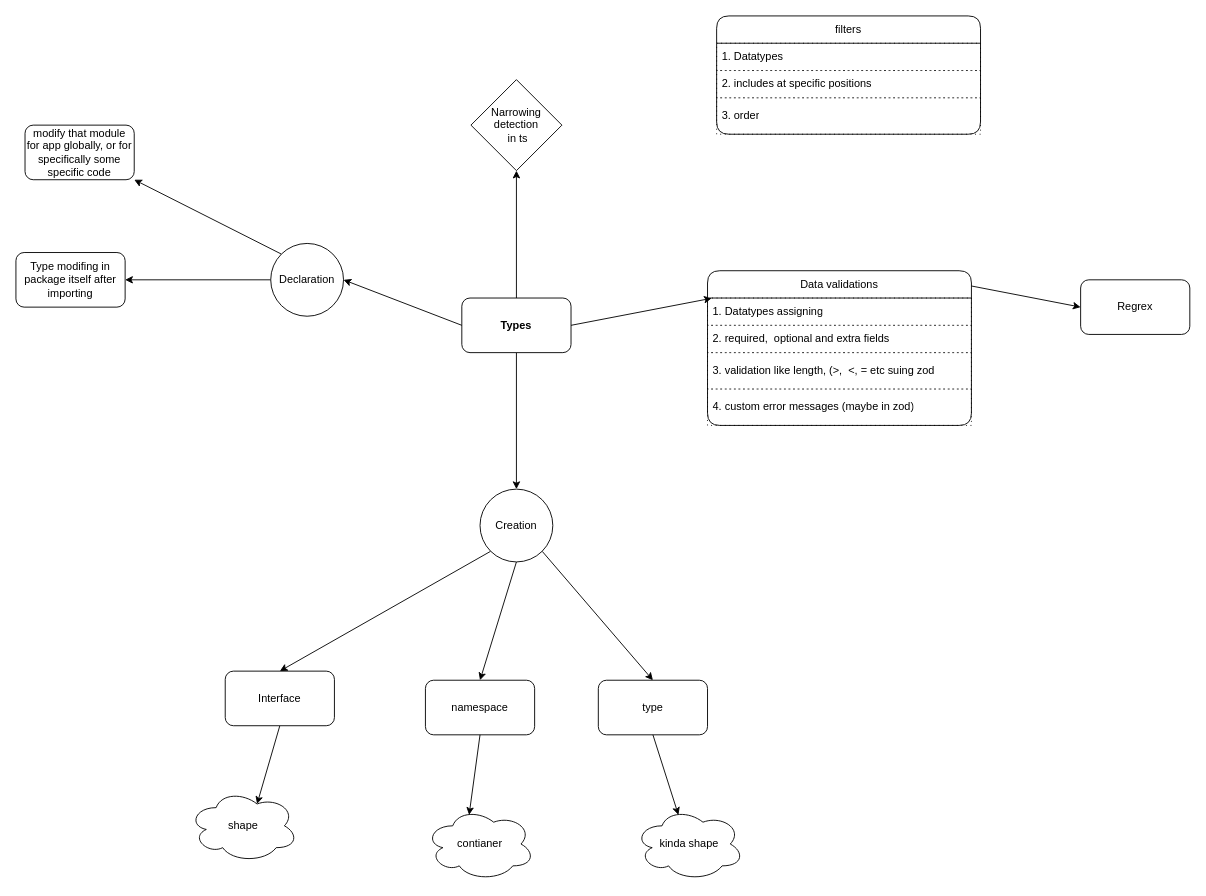
Before: programming-langs/types.dio in knpvt5/Programming-Concepts, a draw.io diagram. Source tidied: cells renumbered, new cells numbered last; positions are measured from the earlier drawing's top-left corner, leaving out a move shared by most shapes. Both pictures are drawn from the tidied source at 91%, with x=0, y=0 at pixel (15, 15).
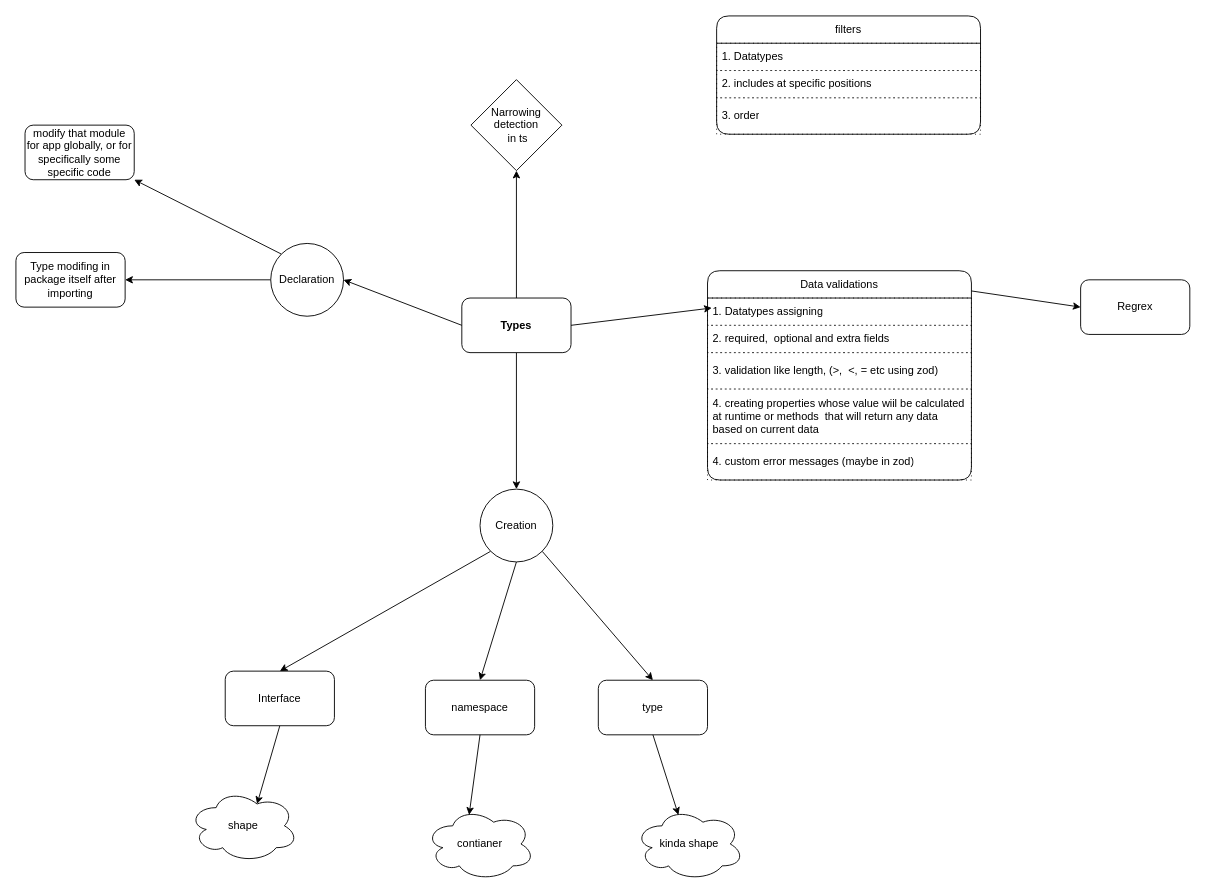
Above is the later version.

Commit message (it also covers changes not shown here):
Add networking terms diagram and related SVG; update types diagram with additional fields and corrections

The edit, as a diff of the source:
```diff
@@
     <mxCell id="27" value="Data validations" style="swimlane;fontStyle=0;horizontal=1;startSize=30;whiteSpace=wrap;html=1;rounded=1;" parent="1" vertex="1">
-      <mxGeometry x="760" y="280" width="290" height="170" as="geometry" />
+      <mxGeometry x="760" y="280" width="290" height="230" as="geometry" />
     </mxCell>
@@
-    <mxCell id="30" value="3. validation like length, (&amp;gt;,&amp;nbsp; &amp;lt;, = etc suing zod" style="text;strokeColor=default;fillColor=none;align=left;verticalAlign=middle;spacingLeft=4;spacingRight=4;overflow=hidden;whiteSpace=wrap;html=1;dashed=1;dashPattern=1 4;" parent="27" vertex="1">
+    <mxCell id="30" value="3. validation like length, (&amp;gt;,&amp;nbsp; &amp;lt;, = etc using zod)" style="text;strokeColor=default;fillColor=none;align=left;verticalAlign=middle;spacingLeft=4;spacingRight=4;overflow=hidden;whiteSpace=wrap;html=1;dashed=1;dashPattern=1 4;" parent="27" vertex="1">
       <mxGeometry y="90" width="290" height="40" as="geometry" />
     </mxCell>
+    <mxCell id="37" value="4. creating properties whose value wiil be calculated at runtime or methods&amp;nbsp; that will return any data based on current data" style="text;strokeColor=default;fillColor=none;align=left;verticalAlign=middle;spacingLeft=4;spacingRight=4;overflow=hidden;whiteSpace=wrap;html=1;dashed=1;dashPattern=1 4;" parent="27" vertex="1">
+      <mxGeometry y="130" width="290" height="60" as="geometry" />
+    </mxCell>
     <mxCell id="31" value="4. custom error messages (maybe in zod)" style="text;strokeColor=default;fillColor=none;align=left;verticalAlign=middle;spacingLeft=4;spacingRight=4;overflow=hidden;whiteSpace=wrap;html=1;dashed=1;dashPattern=1 4;" parent="27" vertex="1">
-      <mxGeometry y="130" width="290" height="40" as="geometry" />
+      <mxGeometry y="190" width="290" height="40" as="geometry" />
     </mxCell>
```
